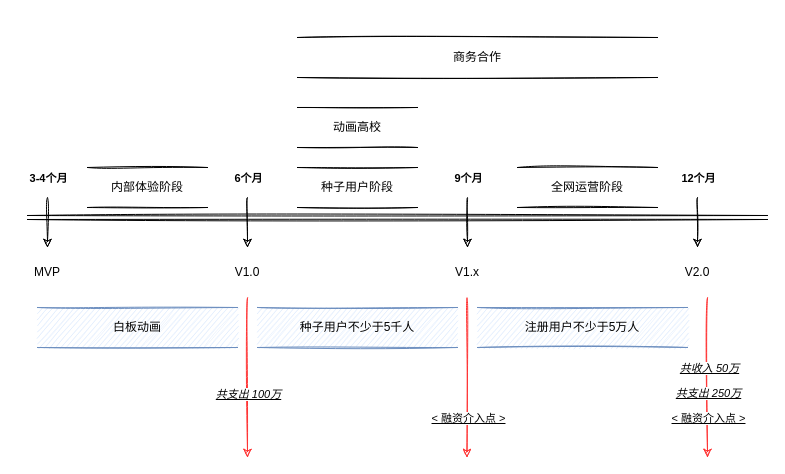
This is aidonghua4 Diagram.drawio from chankamlam/demo, a draw.io file, before an edit. Source tidied: cells renumbered, new cells numbered last; positions are measured from the earlier drawing's top-left corner, leaving out a move shared by most shapes. Both pictures are drawn from the tidied source at 100%, with x=0, y=0 at pixel (17, 37).
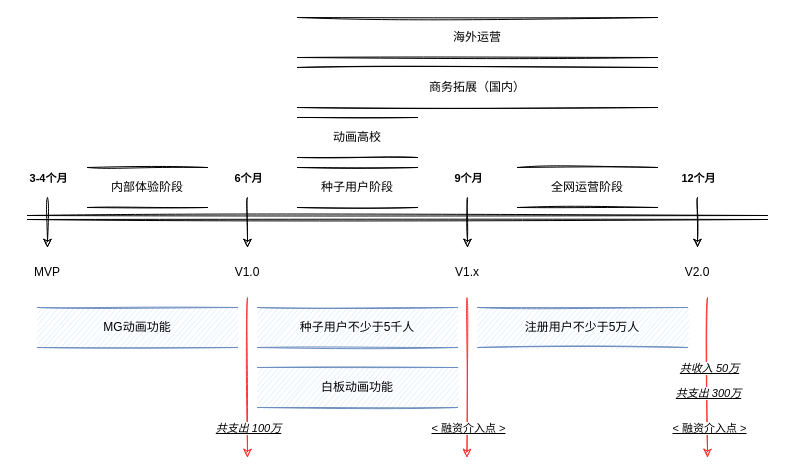
The same diagram, later.

The change refers to these unchanged cells:
```xml
<mxCell id="23" style="endArrow=classic;html=1;rounded=0;sketch=1;curved=1;strokeColor=#FF3333;" parent="1" edge="1">
  <mxGeometry relative="1" as="geometry">
    <mxPoint x="230" y="260" as="sourcePoint" />
    <mxPoint x="230" y="420" as="targetPoint" />
  </mxGeometry>
</mxCell>
<mxCell id="25" style="endArrow=classic;html=1;rounded=0;sketch=1;curved=1;strokeColor=#FF3333;" parent="1" edge="1">
  <mxGeometry relative="1" as="geometry">
    <mxPoint x="449.5" y="260" as="sourcePoint" />
    <mxPoint x="449.5" y="420" as="targetPoint" />
  </mxGeometry>
</mxCell>
<mxCell id="27" style="endArrow=classic;html=1;rounded=0;sketch=1;curved=1;strokeColor=#FF3333;" parent="1" edge="1">
  <mxGeometry relative="1" as="geometry">
    <mxPoint x="690" y="260" as="sourcePoint" />
    <mxPoint x="690" y="420" as="targetPoint" />
  </mxGeometry>
</mxCell>
```

What changed in the source:
```diff
@@
     <mxCell id="17" value="动画高校" style="shape=partialRectangle;whiteSpace=wrap;html=1;left=0;right=0;fillColor=none;sketch=1;" parent="1" vertex="1">
-      <mxGeometry x="280" y="70" width="120" height="40" as="geometry" />
+      <mxGeometry x="280" y="80" width="120" height="40" as="geometry" />
     </mxCell>
@@
-    <mxCell id="19" value="白板动画" style="shape=partialRectangle;whiteSpace=wrap;html=1;left=0;right=0;fillColor=#dae8fc;sketch=1;strokeColor=#6c8ebf;" parent="1" vertex="1">
+    <mxCell id="19" value="MG动画功能" style="shape=partialRectangle;whiteSpace=wrap;html=1;left=0;right=0;fillColor=#dae8fc;sketch=1;strokeColor=#6c8ebf;" parent="1" vertex="1">
       <mxGeometry x="20" y="270" width="200" height="40" as="geometry" />
     </mxCell>
-    <mxCell id="20" value="商务合作" style="shape=partialRectangle;whiteSpace=wrap;html=1;left=0;right=0;fillColor=none;sketch=1;" parent="1" vertex="1">
-      <mxGeometry x="280" width="360" height="40" as="geometry" />
+    <mxCell id="20" value="商务拓展（国内）" style="shape=partialRectangle;whiteSpace=wrap;html=1;left=0;right=0;fillColor=none;sketch=1;" parent="1" vertex="1">
+      <mxGeometry x="280" y="30" width="360" height="40" as="geometry" />
     </mxCell>
@@
     <mxCell id="24" value="共支出 100万" style="edgeLabel;html=1;align=center;verticalAlign=middle;fontStyle=6;fontColor=#000000;" parent="23" vertex="1">
       <mxGeometry x="0.45" y="1" relative="1" as="geometry">
-        <mxPoint x="-1" y="-20" as="offset" />
+        <mxPoint x="-1" y="14" as="offset" />
       </mxGeometry>
     </mxCell>
@@
     <mxCell id="26" value="&amp;lt; 融资介入点 &amp;gt;" style="edgeLabel;html=1;align=center;verticalAlign=middle;fontStyle=4;fontColor=#000000;" parent="25" vertex="1">
       <mxGeometry x="0.45" y="1" relative="1" as="geometry">
-        <mxPoint y="4" as="offset" />
+        <mxPoint y="14" as="offset" />
       </mxGeometry>
     </mxCell>
@@
-    <mxCell id="28" value="共支出 250万" style="edgeLabel;html=1;align=center;verticalAlign=middle;fontStyle=6;fontColor=#000000;" parent="27" vertex="1">
+    <mxCell id="28" value="共支出 300万" style="edgeLabel;html=1;align=center;verticalAlign=middle;fontStyle=6;fontColor=#000000;" parent="27" vertex="1">
       <mxGeometry x="0.45" y="1" relative="1" as="geometry">
         <mxPoint x="-1" y="-21" as="offset" />
       </mxGeometry>
     </mxCell>
     <mxCell id="29" value="&amp;lt; 融资介入点 &amp;gt;" style="edgeLabel;html=1;align=center;verticalAlign=middle;fontStyle=4;fontColor=#000000;" parent="1" vertex="1">
-      <mxGeometry x="690" y="380" as="geometry" />
+      <mxGeometry x="691" y="390" as="geometry" />
     </mxCell>
@@
+    <mxCell id="31" value="海外运营" style="shape=partialRectangle;whiteSpace=wrap;html=1;left=0;right=0;fillColor=none;sketch=1;" parent="1" vertex="1">
+      <mxGeometry x="280" y="-20" width="360" height="40" as="geometry" />
+    </mxCell>
+    <mxCell id="32" value="白板动画功能" style="shape=partialRectangle;whiteSpace=wrap;html=1;left=0;right=0;fillColor=#dae8fc;sketch=1;strokeColor=#6c8ebf;" parent="1" vertex="1">
+      <mxGeometry x="240" y="330" width="200" height="40" as="geometry" />
+    </mxCell>
```
